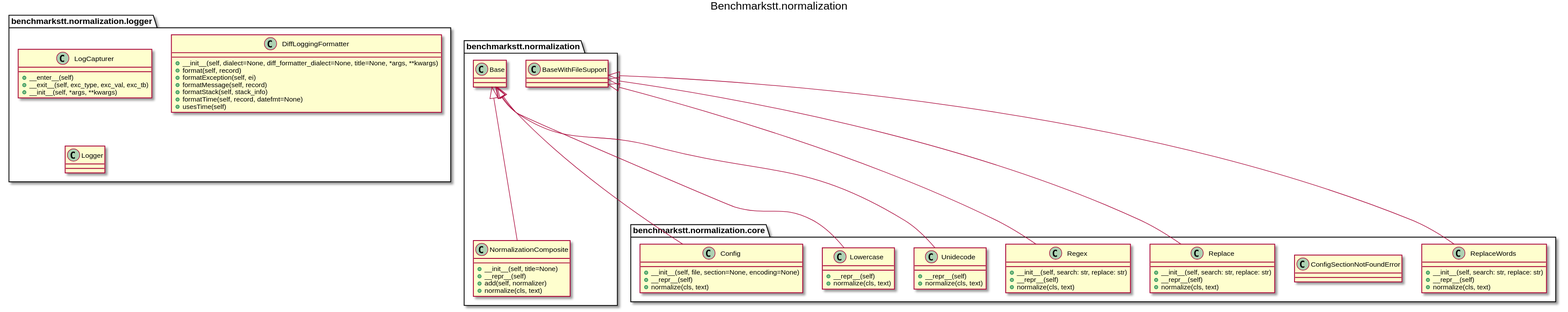
ebu/benchmarkstt keeps this PlantUML diagram as docs/_static/uml/benchmarkstt.normalization.svg. Above is the earlier version. The source it was exported from:
```plantuml
@startuml
title Benchmarkstt.normalization
		class benchmarkstt.normalization.logger.LogCapturer [[https://benchmarkstt.readthedocs.io/en/latest/modules/benchmarkstt.normalization.logger.html#benchmarkstt.normalization.logger.LogCapturer]] {
			+__enter__(self)
			+__exit__(self, exc_type, exc_val, exc_tb)
			+__init__(self, *args, **kwargs)
		}
		class benchmarkstt.normalization.logger.DiffLoggingFormatter [[https://benchmarkstt.readthedocs.io/en/latest/modules/benchmarkstt.normalization.logger.html#benchmarkstt.normalization.logger.DiffLoggingFormatter]] {
			+__init__(self, dialect=None, diff_formatter_dialect=None, title=None, *args, **kwargs)
			+format(self, record)
			+formatException(self, ei)
			+formatMessage(self, record)
			+formatStack(self, stack_info)
			+formatTime(self, record, datefmt=None)
			+usesTime(self)
		}
		class benchmarkstt.normalization.logger.Logger [[https://benchmarkstt.readthedocs.io/en/latest/modules/benchmarkstt.normalization.logger.html#benchmarkstt.normalization.logger.Logger]] {
		}
		class benchmarkstt.normalization.NormalizationComposite [[https://benchmarkstt.readthedocs.io/en/latest/modules/benchmarkstt.normalization.html#benchmarkstt.normalization.NormalizationComposite]] {
			+__init__(self, title=None)
			+__repr__(self)
			+add(self, normalizer)
			+normalize(cls, text)
		}
		class benchmarkstt.normalization.core.Config [[https://benchmarkstt.readthedocs.io/en/latest/modules/benchmarkstt.normalization.core.html#benchmarkstt.normalization.core.Config]] {
			+__init__(self, file, section=None, encoding=None)
			+__repr__(self)
			+normalize(cls, text)
		}
		class benchmarkstt.normalization.core.ConfigSectionNotFoundError [[https://benchmarkstt.readthedocs.io/en/latest/modules/benchmarkstt.normalization.core.html#benchmarkstt.normalization.core.ConfigSectionNotFoundError]] {
		}
		class benchmarkstt.normalization.core.Lowercase [[https://benchmarkstt.readthedocs.io/en/latest/modules/benchmarkstt.normalization.core.html#benchmarkstt.normalization.core.Lowercase]] {
			+__repr__(self)
			+normalize(cls, text)
		}
		class benchmarkstt.normalization.core.Regex [[https://benchmarkstt.readthedocs.io/en/latest/modules/benchmarkstt.normalization.core.html#benchmarkstt.normalization.core.Regex]] {
			+__init__(self, search: str, replace: str)
			+__repr__(self)
			+normalize(cls, text)
		}
		class benchmarkstt.normalization.core.Replace [[https://benchmarkstt.readthedocs.io/en/latest/modules/benchmarkstt.normalization.core.html#benchmarkstt.normalization.core.Replace]] {
			+__init__(self, search: str, replace: str)
			+__repr__(self)
			+normalize(cls, text)
		}
		class benchmarkstt.normalization.core.ReplaceWords [[https://benchmarkstt.readthedocs.io/en/latest/modules/benchmarkstt.normalization.core.html#benchmarkstt.normalization.core.ReplaceWords]] {
			+__init__(self, search: str, replace: str)
			+__repr__(self)
			+normalize(cls, text)
		}
		class benchmarkstt.normalization.core.Unidecode [[https://benchmarkstt.readthedocs.io/en/latest/modules/benchmarkstt.normalization.core.html#benchmarkstt.normalization.core.Unidecode]] {
			+__repr__(self)
			+normalize(cls, text)
		}

benchmarkstt.normalization.NormalizationComposite --up--|> benchmarkstt.normalization.Base
benchmarkstt.normalization.core.Config --up--|> benchmarkstt.normalization.Base
benchmarkstt.normalization.core.Lowercase --up--|> benchmarkstt.normalization.Base
benchmarkstt.normalization.core.Regex --up--|> benchmarkstt.normalization.BaseWithFileSupport
benchmarkstt.normalization.core.Replace --up--|> benchmarkstt.normalization.BaseWithFileSupport
benchmarkstt.normalization.core.ReplaceWords --up--|> benchmarkstt.normalization.BaseWithFileSupport
benchmarkstt.normalization.core.Unidecode --up--|> benchmarkstt.normalization.Base
@enduml
```
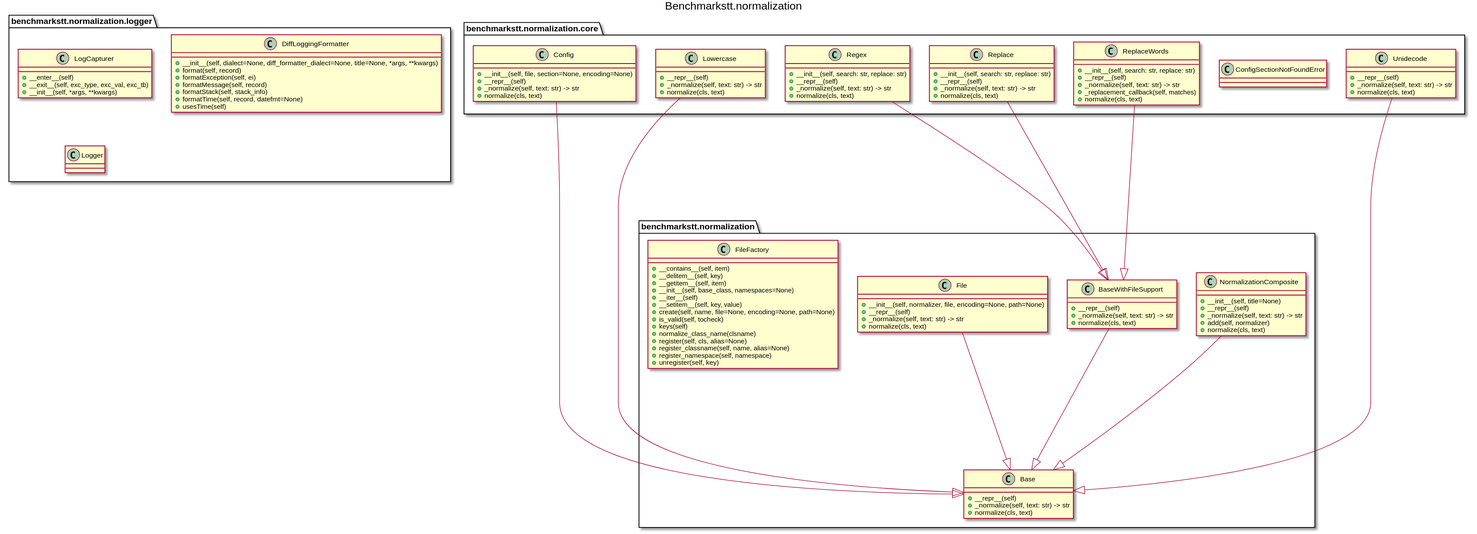
The same diagram one commit later.

What changed in the source:
```diff
@@ -1,63 +1,121 @@
 @startuml
 title Benchmarkstt.normalization
-		class benchmarkstt.normalization.logger.LogCapturer [[https://benchmarkstt.readthedocs.io/en/latest/modules/benchmarkstt.normalization.logger.html#benchmarkstt.normalization.logger.LogCapturer]] {
-			+__enter__(self)
-			+__exit__(self, exc_type, exc_val, exc_tb)
-			+__init__(self, *args, **kwargs)
-		}
-		class benchmarkstt.normalization.logger.DiffLoggingFormatter [[https://benchmarkstt.readthedocs.io/en/latest/modules/benchmarkstt.normalization.logger.html#benchmarkstt.normalization.logger.DiffLoggingFormatter]] {
-			+__init__(self, dialect=None, diff_formatter_dialect=None, title=None, *args, **kwargs)
-			+format(self, record)
-			+formatException(self, ei)
-			+formatMessage(self, record)
-			+formatStack(self, stack_info)
-			+formatTime(self, record, datefmt=None)
-			+usesTime(self)
-		}
-		class benchmarkstt.normalization.logger.Logger [[https://benchmarkstt.readthedocs.io/en/latest/modules/benchmarkstt.normalization.logger.html#benchmarkstt.normalization.logger.Logger]] {
-		}
-		class benchmarkstt.normalization.NormalizationComposite [[https://benchmarkstt.readthedocs.io/en/latest/modules/benchmarkstt.normalization.html#benchmarkstt.normalization.NormalizationComposite]] {
-			+__init__(self, title=None)
-			+__repr__(self)
-			+add(self, normalizer)
-			+normalize(cls, text)
-		}
-		class benchmarkstt.normalization.core.Config [[https://benchmarkstt.readthedocs.io/en/latest/modules/benchmarkstt.normalization.core.html#benchmarkstt.normalization.core.Config]] {
-			+__init__(self, file, section=None, encoding=None)
-			+__repr__(self)
-			+normalize(cls, text)
-		}
-		class benchmarkstt.normalization.core.ConfigSectionNotFoundError [[https://benchmarkstt.readthedocs.io/en/latest/modules/benchmarkstt.normalization.core.html#benchmarkstt.normalization.core.ConfigSectionNotFoundError]] {
-		}
-		class benchmarkstt.normalization.core.Lowercase [[https://benchmarkstt.readthedocs.io/en/latest/modules/benchmarkstt.normalization.core.html#benchmarkstt.normalization.core.Lowercase]] {
-			+__repr__(self)
-			+normalize(cls, text)
-		}
-		class benchmarkstt.normalization.core.Regex [[https://benchmarkstt.readthedocs.io/en/latest/modules/benchmarkstt.normalization.core.html#benchmarkstt.normalization.core.Regex]] {
-			+__init__(self, search: str, replace: str)
-			+__repr__(self)
-			+normalize(cls, text)
-		}
-		class benchmarkstt.normalization.core.Replace [[https://benchmarkstt.readthedocs.io/en/latest/modules/benchmarkstt.normalization.core.html#benchmarkstt.normalization.core.Replace]] {
-			+__init__(self, search: str, replace: str)
-			+__repr__(self)
-			+normalize(cls, text)
-		}
-		class benchmarkstt.normalization.core.ReplaceWords [[https://benchmarkstt.readthedocs.io/en/latest/modules/benchmarkstt.normalization.core.html#benchmarkstt.normalization.core.ReplaceWords]] {
-			+__init__(self, search: str, replace: str)
-			+__repr__(self)
-			+normalize(cls, text)
-		}
-		class benchmarkstt.normalization.core.Unidecode [[https://benchmarkstt.readthedocs.io/en/latest/modules/benchmarkstt.normalization.core.html#benchmarkstt.normalization.core.Unidecode]] {
-			+__repr__(self)
-			+normalize(cls, text)
-		}
 
-benchmarkstt.normalization.NormalizationComposite --up--|> benchmarkstt.normalization.Base
-benchmarkstt.normalization.core.Config --up--|> benchmarkstt.normalization.Base
-benchmarkstt.normalization.core.Lowercase --up--|> benchmarkstt.normalization.Base
-benchmarkstt.normalization.core.Regex --up--|> benchmarkstt.normalization.BaseWithFileSupport
-benchmarkstt.normalization.core.Replace --up--|> benchmarkstt.normalization.BaseWithFileSupport
-benchmarkstt.normalization.core.ReplaceWords --up--|> benchmarkstt.normalization.BaseWithFileSupport
-benchmarkstt.normalization.core.Unidecode --up--|> benchmarkstt.normalization.Base
+
+class benchmarkstt.normalization.logger.LogCapturer [[https://benchmarkstt.readthedocs.io/en/latest/modules/benchmarkstt.normalization.logger.html#benchmarkstt.normalization.logger.LogCapturer]] {
+	+__enter__(self)
+	+__exit__(self, exc_type, exc_val, exc_tb)
+	+__init__(self, *args, **kwargs)
+}
+
+class benchmarkstt.normalization.logger.DiffLoggingFormatter [[https://benchmarkstt.readthedocs.io/en/latest/modules/benchmarkstt.normalization.logger.html#benchmarkstt.normalization.logger.DiffLoggingFormatter]] {
+	+__init__(self, dialect=None, diff_formatter_dialect=None, title=None, *args, **kwargs)
+	+format(self, record)
+	+formatException(self, ei)
+	+formatMessage(self, record)
+	+formatStack(self, stack_info)
+	+formatTime(self, record, datefmt=None)
+	+usesTime(self)
+}
+
+class benchmarkstt.normalization.logger.Logger [[https://benchmarkstt.readthedocs.io/en/latest/modules/benchmarkstt.normalization.logger.html#benchmarkstt.normalization.logger.Logger]] {
+}
+
+class benchmarkstt.normalization.NormalizationComposite [[https://benchmarkstt.readthedocs.io/en/latest/modules/benchmarkstt.normalization.html#benchmarkstt.normalization.NormalizationComposite]] {
+	+__init__(self, title=None)
+	+__repr__(self)
+	+_normalize(self, text: str) -> str
+	+add(self, normalizer)
+	+normalize(cls, text)
+}
+
+class benchmarkstt.normalization.Base [[https://benchmarkstt.readthedocs.io/en/latest/modules/benchmarkstt.normalization.html#benchmarkstt.normalization.Base]] {
+	+__repr__(self)
+	+_normalize(self, text: str) -> str
+	+normalize(cls, text)
+}
+
+class benchmarkstt.normalization.BaseWithFileSupport [[https://benchmarkstt.readthedocs.io/en/latest/modules/benchmarkstt.normalization.html#benchmarkstt.normalization.BaseWithFileSupport]] {
+	+__repr__(self)
+	+_normalize(self, text: str) -> str
+	+normalize(cls, text)
+}
+
+class benchmarkstt.normalization.File [[https://benchmarkstt.readthedocs.io/en/latest/modules/benchmarkstt.normalization.html#benchmarkstt.normalization.File]] {
+	+__init__(self, normalizer, file, encoding=None, path=None)
+	+__repr__(self)
+	+_normalize(self, text: str) -> str
+	+normalize(cls, text)
+}
+
+class benchmarkstt.normalization.FileFactory [[https://benchmarkstt.readthedocs.io/en/latest/modules/benchmarkstt.normalization.html#benchmarkstt.normalization.FileFactory]] {
+	+__contains__(self, item)
+	+__delitem__(self, key)
+	+__getitem__(self, item)
+	+__init__(self, base_class, namespaces=None)
+	+__iter__(self)
+	+__setitem__(self, key, value)
+	+create(self, name, file=None, encoding=None, path=None)
+	+is_valid(self, tocheck)
+	+keys(self)
+	+normalize_class_name(clsname)
+	+register(self, cls, alias=None)
+	+register_classname(self, name, alias=None)
+	+register_namespace(self, namespace)
+	+unregister(self, key)
+}
+
+class benchmarkstt.normalization.core.Config [[https://benchmarkstt.readthedocs.io/en/latest/modules/benchmarkstt.normalization.core.html#benchmarkstt.normalization.core.Config]] {
+	+__init__(self, file, section=None, encoding=None)
+	+__repr__(self)
+	+_normalize(self, text: str) -> str
+	+normalize(cls, text)
+}
+
+class benchmarkstt.normalization.core.ConfigSectionNotFoundError [[https://benchmarkstt.readthedocs.io/en/latest/modules/benchmarkstt.normalization.core.html#benchmarkstt.normalization.core.ConfigSectionNotFoundError]] {
+}
+
+class benchmarkstt.normalization.core.Lowercase [[https://benchmarkstt.readthedocs.io/en/latest/modules/benchmarkstt.normalization.core.html#benchmarkstt.normalization.core.Lowercase]] {
+	+__repr__(self)
+	+_normalize(self, text: str) -> str
+	+normalize(cls, text)
+}
+
+class benchmarkstt.normalization.core.Regex [[https://benchmarkstt.readthedocs.io/en/latest/modules/benchmarkstt.normalization.core.html#benchmarkstt.normalization.core.Regex]] {
+	+__init__(self, search: str, replace: str)
+	+__repr__(self)
+	+_normalize(self, text: str) -> str
+	+normalize(cls, text)
+}
+
+class benchmarkstt.normalization.core.Replace [[https://benchmarkstt.readthedocs.io/en/latest/modules/benchmarkstt.normalization.core.html#benchmarkstt.normalization.core.Replace]] {
+	+__init__(self, search: str, replace: str)
+	+__repr__(self)
+	+_normalize(self, text: str) -> str
+	+normalize(cls, text)
+}
+
+class benchmarkstt.normalization.core.ReplaceWords [[https://benchmarkstt.readthedocs.io/en/latest/modules/benchmarkstt.normalization.core.html#benchmarkstt.normalization.core.ReplaceWords]] {
+	+__init__(self, search: str, replace: str)
+	+__repr__(self)
+	+_normalize(self, text: str) -> str
+	+_replacement_callback(self, matches)
+	+normalize(cls, text)
+}
+
+class benchmarkstt.normalization.core.Unidecode [[https://benchmarkstt.readthedocs.io/en/latest/modules/benchmarkstt.normalization.core.html#benchmarkstt.normalization.core.Unidecode]] {
+	+__repr__(self)
+	+_normalize(self, text: str) -> str
+	+normalize(cls, text)
+}
+
+benchmarkstt.normalization.NormalizationComposite ----|> benchmarkstt.normalization.Base
+benchmarkstt.normalization.BaseWithFileSupport ----|> benchmarkstt.normalization.Base
+benchmarkstt.normalization.File ----|> benchmarkstt.normalization.Base
+benchmarkstt.normalization.core.Config ----|> benchmarkstt.normalization.Base
+benchmarkstt.normalization.core.Lowercase ----|> benchmarkstt.normalization.Base
+benchmarkstt.normalization.core.Regex ----|> benchmarkstt.normalization.BaseWithFileSupport
+benchmarkstt.normalization.core.Replace ----|> benchmarkstt.normalization.BaseWithFileSupport
+benchmarkstt.normalization.core.ReplaceWords ----|> benchmarkstt.normalization.BaseWithFileSupport
+benchmarkstt.normalization.core.Unidecode ----|> benchmarkstt.normalization.Base
 @enduml
```
